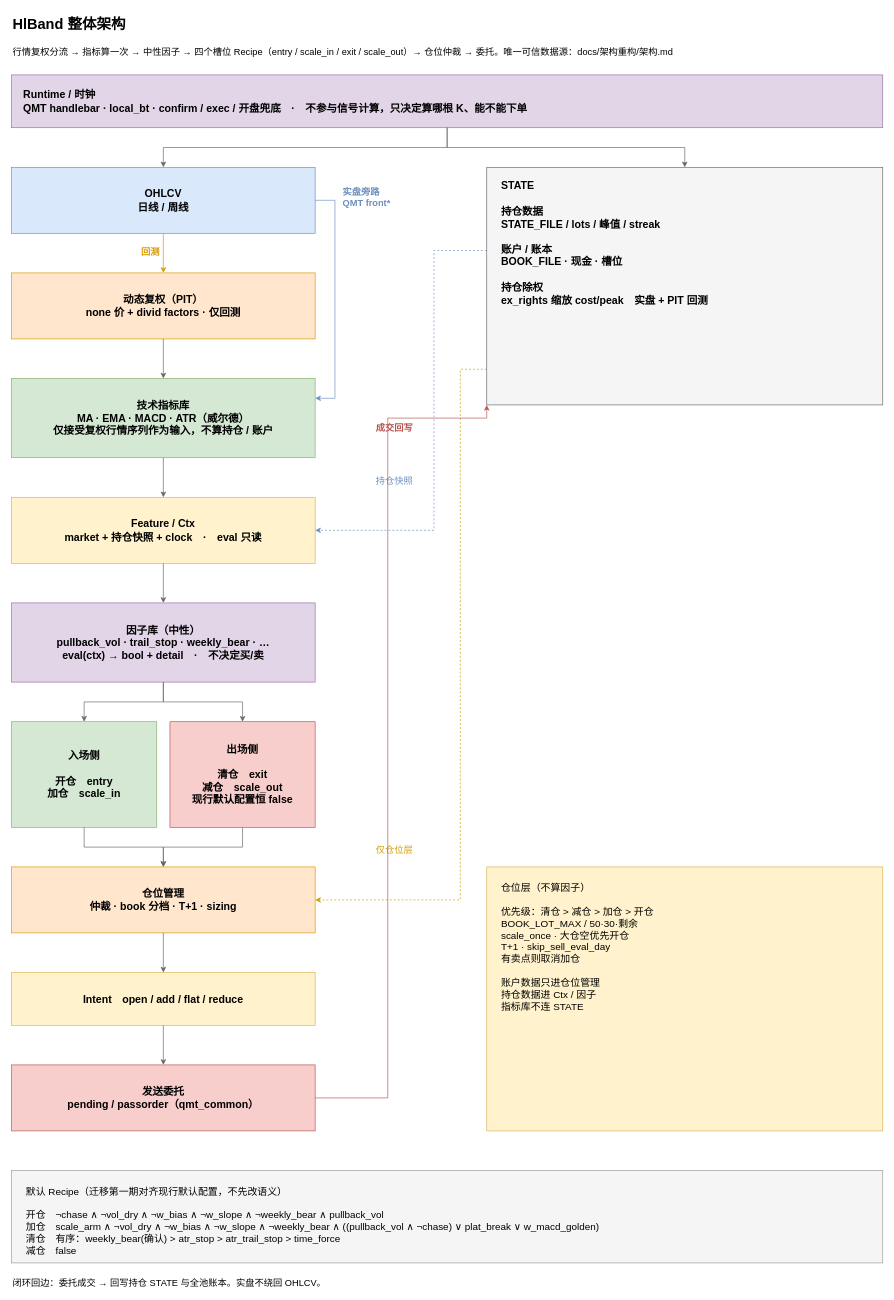
vigo-wu/strategy-tracking keeps this draw.io diagram as factor_band/docs/架构说明/策略架构.drawio. Above is the earlier version. Source tidied: cells renumbered, new cells numbered last; positions are measured from the earlier drawing's top-left corner, leaving out a move shared by most shapes. Both pictures are drawn from the tidied source at 66%, with x=0, y=0 at pixel (11, 11).
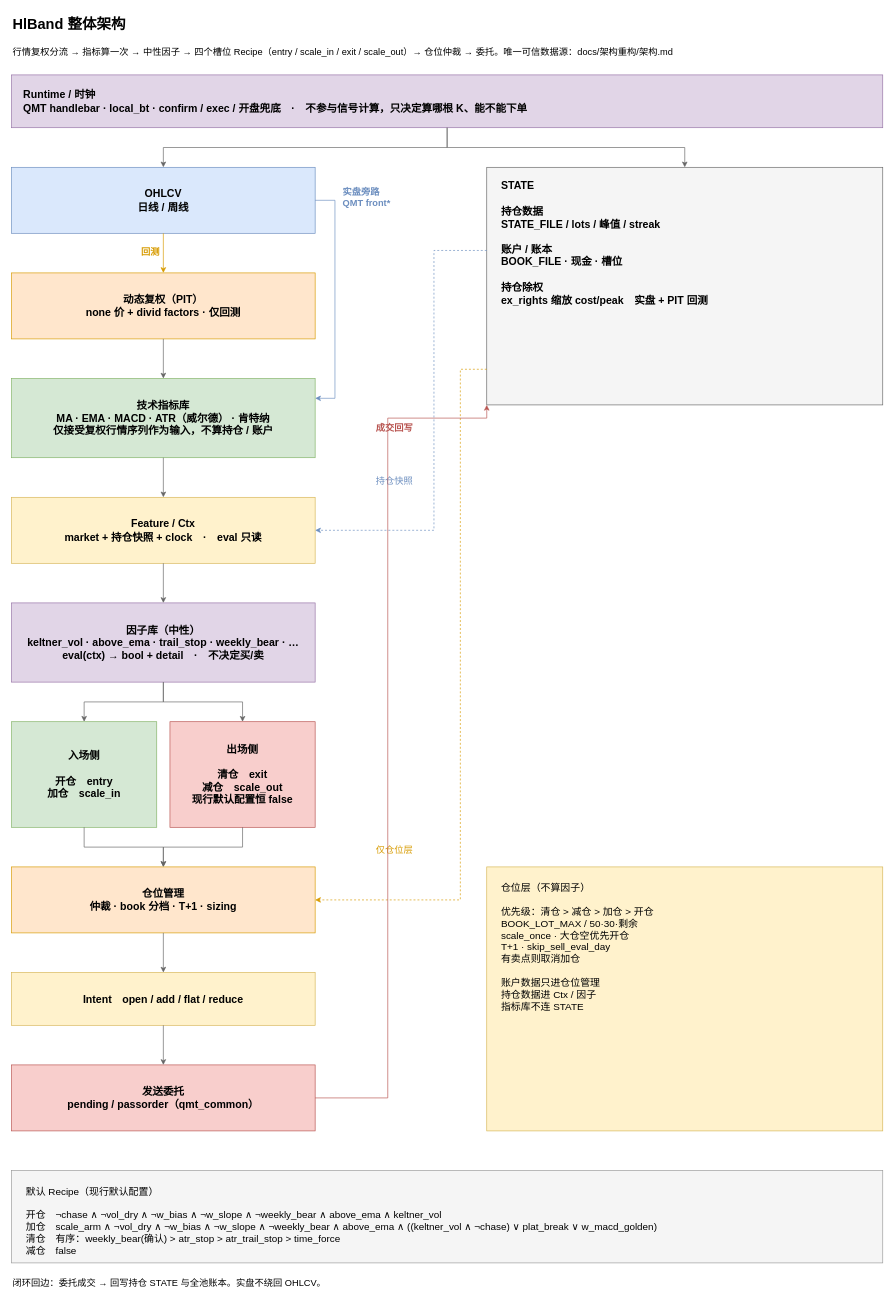
The same page after the edit.

Diff of the diagram source:
```diff
@@
-    <mxCell id="8" value="技术指标库&lt;br&gt;MA · EMA · MACD · ATR（威尔德）&lt;br&gt;仅接受复权行情序列作为输入，不算持仓 / 账户" style="rounded=0;whiteSpace=wrap;html=1;fillColor=#d5e8d4;strokeColor=#82b366;fontStyle=1;fontSize=16;fontFamily=Microsoft YaHei;" parent="1" vertex="1">
+    <mxCell id="8" value="技术指标库&lt;br&gt;MA · EMA · MACD · ATR（威尔德） · 肯特纳&lt;br&gt;仅接受复权行情序列作为输入，不算持仓 / 账户" style="rounded=0;whiteSpace=wrap;html=1;fillColor=#d5e8d4;strokeColor=#82b366;fontStyle=1;fontSize=16;fontFamily=Microsoft YaHei;" parent="1" vertex="1">
       <mxGeometry y="556" width="460" height="120" as="geometry" />
     </mxCell>
@@
-    <mxCell id="10" value="因子库（中性）&lt;br&gt;pullback_vol · trail_stop · weekly_bear · …&lt;br&gt;eval(ctx) → bool + detail　·　不决定买/卖" style="rounded=0;whiteSpace=wrap;html=1;fillColor=#e1d5e7;strokeColor=#9673a6;fontStyle=1;fontSize=16;fontFamily=Microsoft YaHei;" parent="1" vertex="1">
+    <mxCell id="10" value="因子库（中性）&lt;br&gt;keltner_vol · above_ema · trail_stop · weekly_bear · …&lt;br&gt;eval(ctx) → bool + detail　·　不决定买/卖" style="rounded=0;whiteSpace=wrap;html=1;fillColor=#e1d5e7;strokeColor=#9673a6;fontStyle=1;fontSize=16;fontFamily=Microsoft YaHei;" parent="1" vertex="1">
       <mxGeometry y="896" width="460" height="120" as="geometry" />
     </mxCell>
@@
-    <mxCell id="17" value="默认 Recipe（迁移第一期对齐现行默认配置，不先改语义）&lt;br&gt;&lt;br&gt;开仓　¬chase ∧ ¬vol_dry ∧ ¬w_bias ∧ ¬w_slope ∧ ¬weekly_bear ∧ pullback_vol&lt;br&gt;加仓　scale_arm ∧ ¬vol_dry ∧ ¬w_bias ∧ ¬w_slope ∧ ¬weekly_bear ∧ ((pullback_vol ∧ ¬chase) ∨ plat_break ∨ w_macd_golden)&lt;br&gt;清仓　有序：weekly_bear(确认) &gt; atr_stop &gt; atr_trail_stop &gt; time_force&lt;br&gt;减仓　false" style="rounded=0;whiteSpace=wrap;html=1;align=left;verticalAlign=top;fillColor=#f5f5f5;strokeColor=#999999;spacingLeft=20;spacingTop=16;spacingRight=16;fontSize=15;fontFamily=Microsoft YaHei;" parent="1" vertex="1">
+    <mxCell id="17" value="默认 Recipe（现行默认配置）&lt;br&gt;&lt;br&gt;开仓　¬chase ∧ ¬vol_dry ∧ ¬w_bias ∧ ¬w_slope ∧ ¬weekly_bear ∧ above_ema ∧ keltner_vol&lt;br&gt;加仓　scale_arm ∧ ¬vol_dry ∧ ¬w_bias ∧ ¬w_slope ∧ ¬weekly_bear ∧ above_ema ∧ ((keltner_vol ∧ ¬chase) ∨ plat_break ∨ w_macd_golden)&lt;br&gt;清仓　有序：weekly_bear(确认) &gt; atr_stop &gt; atr_trail_stop &gt; time_force&lt;br&gt;减仓　false" style="rounded=0;whiteSpace=wrap;html=1;align=left;verticalAlign=top;fillColor=#f5f5f5;strokeColor=#999999;spacingLeft=20;spacingTop=16;spacingRight=16;fontSize=15;fontFamily=Microsoft YaHei;" parent="1" vertex="1">
       <mxGeometry y="1756" width="1320" height="140" as="geometry" />
     </mxCell>
```
